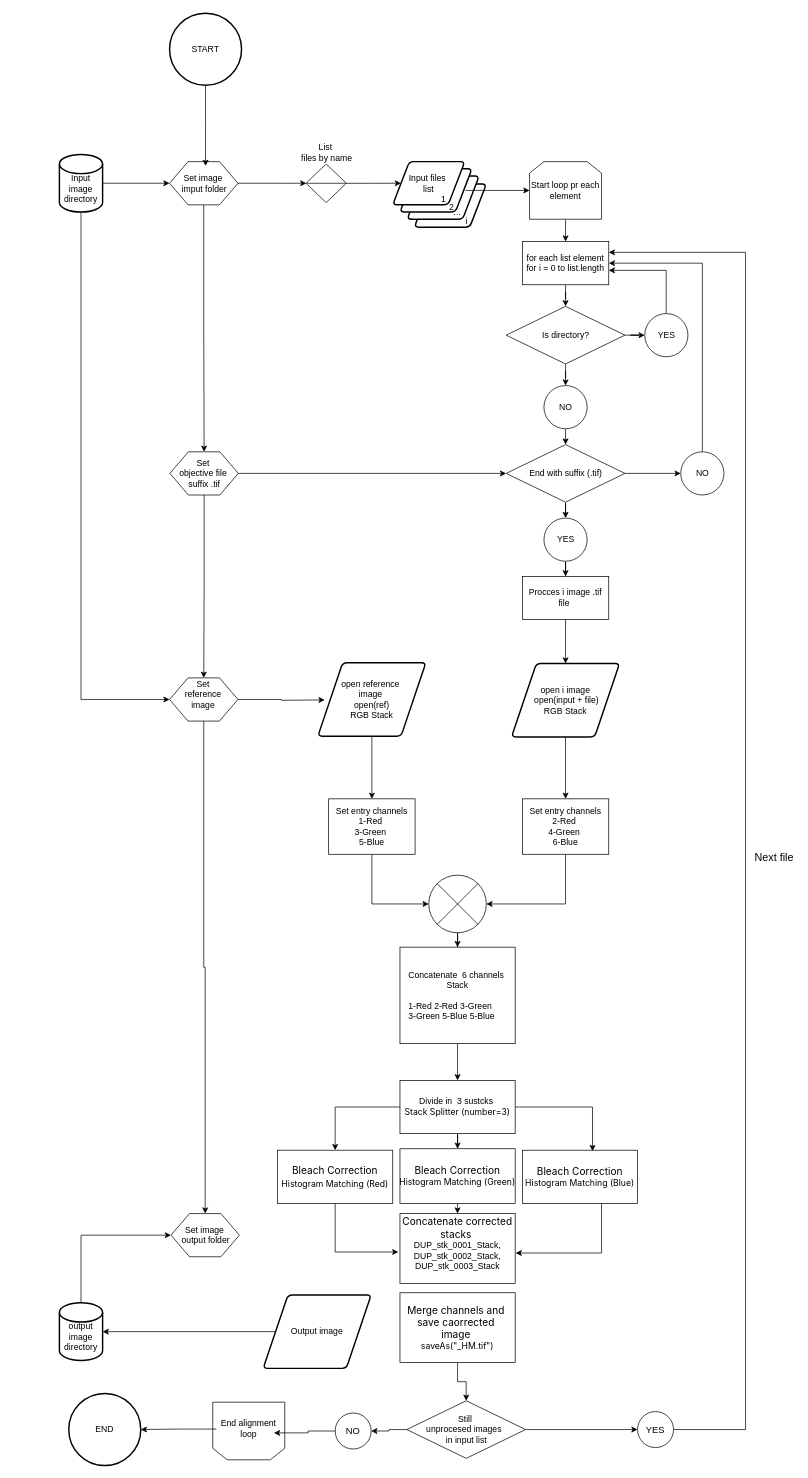
Earlier version of the draw.io diagram vignettes/vignette_ImageJ_preprocessing/Histomatch_Process_Folder_v1_diagram.drawio (MMolBus/PhotomossR). Source tidied: cells renumbered, new cells numbered last; positions are measured from the earlier drawing's top-left corner, leaving out a move shared by most shapes. Both pictures are drawn from the tidied source at 72%, with x=0, y=0 at pixel (59, 13).
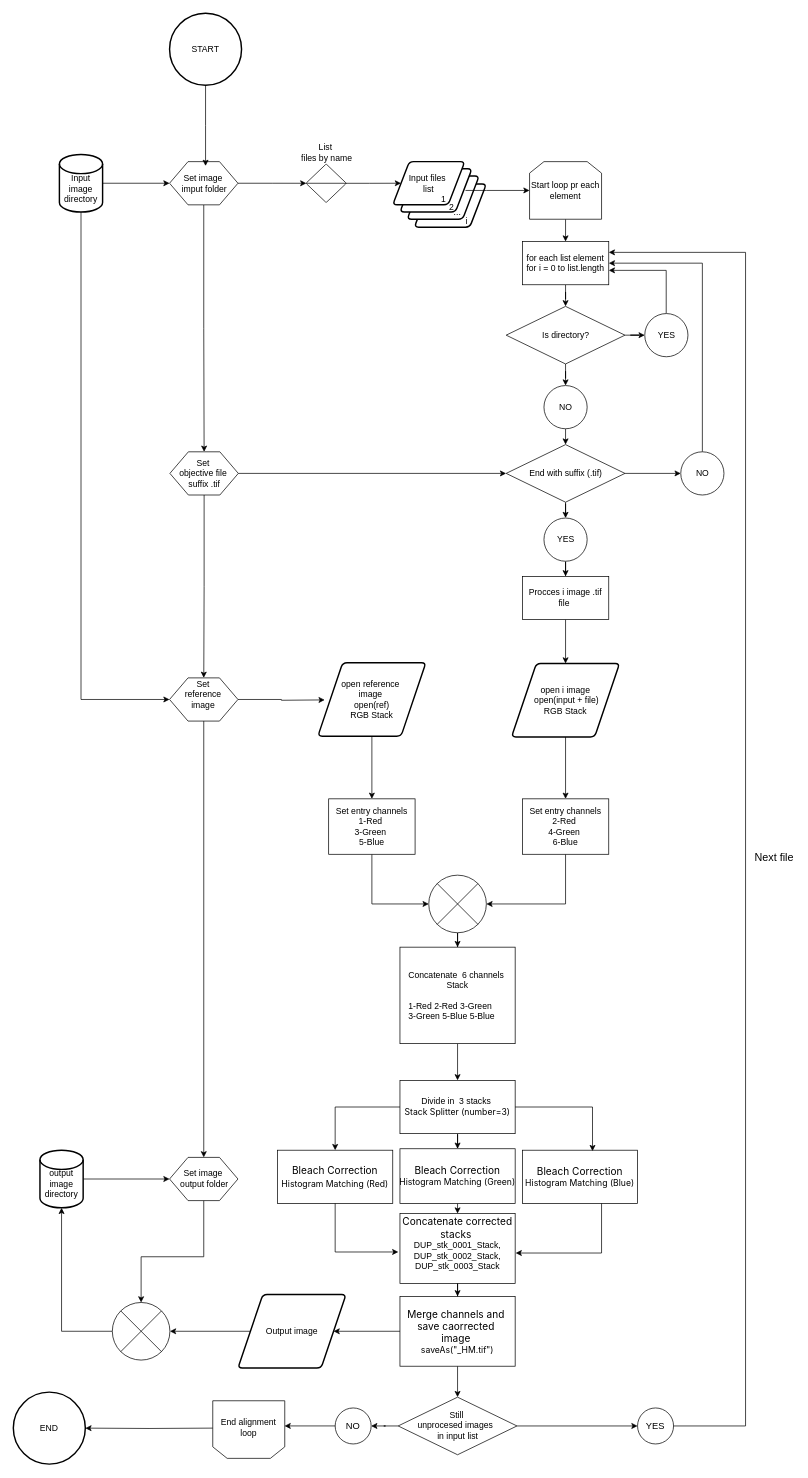
The same page after the edit.

Commit message:
chore: Histomatch_Process_Folder_v1_diagram.drawio typo correction

Unchanged cells that the change refers to:
```xml
<mxCell id="42" value="for each list element&lt;div&gt;for i = 0 to list.length&lt;/div&gt;" style="rounded=0;whiteSpace=wrap;html=1;" parent="1" vertex="1">
  <mxGeometry x="643" y="317" width="120" height="60" as="geometry" />
</mxCell>
<mxCell id="74" value="&lt;div&gt;&lt;span style=&quot;font-family: &amp;quot;Anthropic Sans&amp;quot;, -apple-system, BlinkMacSystemFont, &amp;quot;Segoe UI&amp;quot;, sans-serif; font-size: 14px; text-align: start; white-space: nowrap; background-color: transparent; color: light-dark(rgb(0, 0, 0), rgb(255, 255, 255));&quot;&gt;Concatenate corrected&lt;/span&gt;&lt;/div&gt;&lt;div&gt;&lt;span style=&quot;font-family: &amp;quot;Anthropic Sans&amp;quot;, -apple-system, BlinkMacSystemFont, &amp;quot;Segoe UI&amp;quot;, sans-serif; font-size: 14px; text-align: start; white-space: nowrap; background-color: transparent; color: light-dark(rgb(0, 0, 0), rgb(255, 255, 255));&quot;&gt;stacks&amp;nbsp;&lt;/span&gt;&lt;/div&gt;&lt;div&gt;DUP_stk_0001_Stack, DUP_stk_0002_Stack,&lt;/div&gt;&lt;div&gt;DUP_stk_0003_Stack&lt;/div&gt;&lt;div&gt;&lt;br&gt;&lt;/div&gt;" style="rounded=0;whiteSpace=wrap;html=1;" parent="1" vertex="1">
  <mxGeometry x="473" y="1667" width="160" height="97" as="geometry" />
</mxCell>
<mxCell id="88" style="shape=loopLimit;whiteSpace=wrap;html=1;rotation=-180;" parent="87" vertex="1">
  <mxGeometry width="100" height="80" as="geometry" />
</mxCell>
<mxCell id="89" value="End alignment loop" style="text;html=1;whiteSpace=wrap;strokeColor=none;fillColor=none;align=center;verticalAlign=middle;rounded=0;" parent="87" vertex="1">
  <mxGeometry x="5" y="4" width="90" height="66.5" as="geometry" />
</mxCell>
```

What changed in the source:
```diff
@@
     <mxCell id="9" value="END" style="strokeWidth=2;html=1;shape=mxgraph.flowchart.start_2;whiteSpace=wrap;" parent="1" vertex="1">
-      <mxGeometry x="13" y="1917" width="100" height="100" as="geometry" />
+      <mxGeometry x="-64" y="1915" width="100" height="100" as="geometry" />
     </mxCell>
@@
-    <mxCell id="25" style="edgeStyle=orthogonalEdgeStyle;rounded=0;jettySize=auto;html=1;entryX=0;entryY=0.5;entryDx=0;entryDy=0;" parent="1" edge="1" source="26" target="27">
-      <mxGeometry relative="1" as="geometry">
-        <Array as="points">
-          <mxPoint x="30" y="1697" />
-        </Array>
-      </mxGeometry>
+    <mxCell id="25" style="edgeStyle=orthogonalEdgeStyle;rounded=0;jettySize=auto;html=1;exitX=1;exitY=0.5;exitDx=0;exitDy=0;exitPerimeter=0;entryX=0;entryY=0.5;entryDx=0;entryDy=0;" parent="1" edge="1" source="26" target="27">
+      <mxGeometry relative="1" as="geometry" />
     </mxCell>
     <mxCell id="26" value="&lt;div&gt;&lt;br&gt;&lt;/div&gt;&lt;div&gt;output&lt;/div&gt;&lt;div&gt;image&lt;/div&gt;&lt;div&gt;directory&lt;/div&gt;" style="strokeWidth=2;html=1;shape=mxgraph.flowchart.database;whiteSpace=wrap;" parent="1" vertex="1">
-      <mxGeometry y="1791" width="60" height="80" as="geometry" />
+      <mxGeometry x="-27" y="1579" width="60" height="80" as="geometry" />
     </mxCell>
+    <mxCell id="95" style="edgeStyle=orthogonalEdgeStyle;rounded=0;jettySize=auto;html=1;entryX=0.5;entryY=0;entryDx=0;entryDy=0;" parent="1" edge="1" source="27" target="100">
+      <mxGeometry relative="1" as="geometry">
+        <Array as="points">
+          <mxPoint x="201" y="1727" />
+          <mxPoint x="113" y="1727" />
+        </Array>
+      </mxGeometry>
+    </mxCell>
     <mxCell id="27" value="Set&amp;nbsp;&lt;span style=&quot;background-color: transparent; color: light-dark(rgb(0, 0, 0), rgb(255, 255, 255));&quot;&gt;image&amp;nbsp;&lt;/span&gt;&lt;div&gt;output folder&lt;/div&gt;" style="verticalLabelPosition=middle;verticalAlign=middle;html=1;shape=hexagon;perimeter=hexagonPerimeter2;arcSize=6;size=0.27;labelPosition=center;align=center;" parent="1" vertex="1">
-      <mxGeometry x="155" y="1667" width="95" height="60" as="geometry" />
+      <mxGeometry x="153" y="1589" width="95" height="60" as="geometry" />
     </mxCell>
@@
-    <mxCell id="66" value="Divide in&amp;nbsp; 3 sustcks&amp;nbsp;&lt;div&gt;&lt;span style=&quot;font-family: &amp;quot;Anthropic Sans&amp;quot;, -apple-system, BlinkMacSystemFont, &amp;quot;Segoe UI&amp;quot;, sans-serif; text-align: start; white-space: nowrap; background-color: transparent; color: light-dark(rgb(0, 0, 0), rgb(255, 255, 255));&quot;&gt;Stack Splitter (number=3)&lt;/span&gt;&lt;/div&gt;" style="rounded=0;whiteSpace=wrap;html=1;" parent="1" vertex="1">
+    <mxCell id="66" value="Divide in&amp;nbsp; 3 stacks&amp;nbsp;&lt;div&gt;&lt;span style=&quot;font-family: &amp;quot;Anthropic Sans&amp;quot;, -apple-system, BlinkMacSystemFont, &amp;quot;Segoe UI&amp;quot;, sans-serif; text-align: start; white-space: nowrap; background-color: transparent; color: light-dark(rgb(0, 0, 0), rgb(255, 255, 255));&quot;&gt;Stack Splitter (number=3)&lt;/span&gt;&lt;/div&gt;" style="rounded=0;whiteSpace=wrap;html=1;" parent="1" vertex="1">
       <mxGeometry x="473" y="1482" width="160" height="74" as="geometry" />
     </mxCell>
@@
+    <mxCell id="96" style="edgeStyle=orthogonalEdgeStyle;rounded=0;jettySize=auto;html=1;entryX=0.5;entryY=0;entryDx=0;entryDy=0;" parent="1" edge="1" source="74" target="76">
+      <mxGeometry relative="1" as="geometry" />
+    </mxCell>
@@
+    <mxCell id="97" style="edgeStyle=orthogonalEdgeStyle;rounded=0;jettySize=auto;html=1;" parent="1" edge="1" source="76" target="80">
+      <mxGeometry relative="1" as="geometry" />
+    </mxCell>
     <mxCell id="76" value="&lt;div&gt;&lt;font face=&quot;Anthropic Sans, -apple-system, BlinkMacSystemFont, Segoe UI, sans-serif&quot;&gt;&lt;span style=&quot;font-size: 14px; text-wrap-mode: nowrap;&quot;&gt;Merge channels and&amp;nbsp;&lt;/span&gt;&lt;/font&gt;&lt;/div&gt;&lt;div&gt;&lt;font face=&quot;Anthropic Sans, -apple-system, BlinkMacSystemFont, Segoe UI, sans-serif&quot;&gt;&lt;span style=&quot;font-size: 14px; text-wrap-mode: nowrap;&quot;&gt;save caorrected&amp;nbsp;&lt;/span&gt;&lt;/font&gt;&lt;/div&gt;&lt;div&gt;&lt;font face=&quot;Anthropic Sans, -apple-system, BlinkMacSystemFont, Segoe UI, sans-serif&quot;&gt;&lt;span style=&quot;font-size: 14px; text-wrap-mode: nowrap;&quot;&gt;image&amp;nbsp;&lt;/span&gt;&lt;/font&gt;&lt;/div&gt;&lt;div&gt;&lt;span style=&quot;font-family: &amp;quot;Anthropic Sans&amp;quot;, -apple-system, BlinkMacSystemFont, &amp;quot;Segoe UI&amp;quot;, sans-serif; text-align: start; white-space: nowrap; background-color: transparent; color: light-dark(rgb(0, 0, 0), rgb(255, 255, 255));&quot;&gt;saveAs(&quot;_HM.tif&quot;)&lt;/span&gt;&lt;/div&gt;" style="rounded=0;whiteSpace=wrap;html=1;" parent="1" vertex="1">
-      <mxGeometry x="473" y="1777" width="160" height="97" as="geometry" />
+      <mxGeometry x="473" y="1782" width="160" height="97" as="geometry" />
     </mxCell>
@@
-    <mxCell id="79" style="edgeStyle=orthogonalEdgeStyle;rounded=0;jettySize=auto;html=1;entryX=1;entryY=0.5;entryDx=0;entryDy=0;entryPerimeter=0;" parent="1" edge="1" source="80" target="26">
-      <mxGeometry relative="1" as="geometry" />
-    </mxCell>
+    <mxCell id="98" style="edgeStyle=orthogonalEdgeStyle;rounded=0;jettySize=auto;html=1;entryX=1;entryY=0.5;entryDx=0;entryDy=0;" parent="1" edge="1" source="80" target="100">
+      <mxGeometry relative="1" as="geometry" />
+    </mxCell>
     <mxCell id="80" value="Output image" style="shape=parallelogram;html=1;strokeWidth=2;perimeter=parallelogramPerimeter;whiteSpace=wrap;rounded=1;arcSize=12;size=0.23;" parent="1" vertex="1">
-      <mxGeometry x="283" y="1780" width="150" height="102" as="geometry" />
+      <mxGeometry x="248" y="1779.5" width="150" height="102" as="geometry" />
     </mxCell>
@@
     <mxCell id="83" value="Still&amp;nbsp;&lt;br&gt;&lt;div&gt;&lt;span style=&quot;background-color: transparent; color: light-dark(rgb(0, 0, 0), rgb(255, 255, 255));&quot;&gt;unprocesed&amp;nbsp;&lt;/span&gt;images&amp;nbsp;&amp;nbsp;&lt;div&gt;in input list&lt;/div&gt;&lt;/div&gt;" style="rhombus;whiteSpace=wrap;html=1;" parent="1" vertex="1">
-      <mxGeometry x="482.5" y="1927" width="165" height="80" as="geometry" />
+      <mxGeometry x="470.5" y="1922" width="165" height="80" as="geometry" />
     </mxCell>
     <mxCell id="84" style="edgeStyle=orthogonalEdgeStyle;rounded=0;jettySize=auto;html=1;entryX=1;entryY=0.25;entryDx=0;entryDy=0;exitX=1;exitY=0.5;exitDx=0;exitDy=0;" parent="1" edge="1" source="85" target="42">
       <mxGeometry relative="1" as="geometry">
         <Array as="points">
-          <mxPoint x="953" y="1967" />
+          <mxPoint x="953" y="1962" />
           <mxPoint x="953" y="332" />
         </Array>
       </mxGeometry>
     </mxCell>
     <mxCell id="85" value="&lt;span style=&quot;font-size: 13px; text-wrap-mode: nowrap; background-color: rgb(255, 255, 255);&quot;&gt;YES&lt;/span&gt;" style="ellipse;whiteSpace=wrap;html=1;" parent="1" vertex="1">
-      <mxGeometry x="803" y="1942" width="50" height="50" as="geometry" />
+      <mxGeometry x="803" y="1937" width="50" height="50" as="geometry" />
     </mxCell>
     <mxCell id="86" style="group;" parent="1" vertex="1">
-      <mxGeometry x="213" y="1929" width="100" height="80" as="geometry" />
+      <mxGeometry x="213" y="1927" width="100" height="80" as="geometry" />
     </mxCell>
@@
     <mxCell id="91" style="edgeStyle=orthogonalEdgeStyle;rounded=0;jettySize=auto;html=1;entryX=0.441;entryY=-0.011;entryDx=0;entryDy=0;entryPerimeter=0;" parent="1" edge="1" target="92">
       <mxGeometry relative="1" as="geometry">
-        <mxPoint x="413" y="1971" as="sourcePoint" />
+        <mxPoint x="413" y="1964" as="sourcePoint" />
       </mxGeometry>
     </mxCell>
     <mxCell id="92" value="&lt;span style=&quot;font-size: 13px; text-wrap-mode: nowrap; background-color: rgb(255, 255, 255);&quot;&gt;NO&lt;/span&gt;" style="ellipse;whiteSpace=wrap;html=1;" parent="1" vertex="1">
-      <mxGeometry x="383" y="1944" width="50" height="50" as="geometry" />
+      <mxGeometry x="383" y="1937" width="50" height="50" as="geometry" />
     </mxCell>
-    <mxCell id="93" style="edgeStyle=orthogonalEdgeStyle;rounded=0;jettySize=auto;html=1;" parent="1" edge="1" source="89" target="9">
-      <mxGeometry relative="1" as="geometry" />
+    <mxCell id="93" style="edgeStyle=orthogonalEdgeStyle;rounded=0;jettySize=auto;html=1;" parent="1" edge="1" target="9">
+      <mxGeometry relative="1" as="geometry">
+        <mxPoint x="213" y="1965" as="sourcePoint" />
+      </mxGeometry>
     </mxCell>
-    <mxCell id="94" style="edgeStyle=orthogonalEdgeStyle;rounded=0;jettySize=auto;html=1;entryX=0.889;entryY=0.581;entryDx=0;entryDy=0;entryPerimeter=0;" parent="1" edge="1" source="92" target="89">
+    <mxCell id="94" style="edgeStyle=orthogonalEdgeStyle;rounded=0;jettySize=auto;html=1;entryX=0.003;entryY=0.563;entryDx=0;entryDy=0;entryPerimeter=0;" parent="1" edge="1" source="92" target="88">
       <mxGeometry relative="1" as="geometry" />
     </mxCell>
+    <mxCell id="99" style="edgeStyle=orthogonalEdgeStyle;rounded=0;jettySize=auto;html=1;entryX=0.5;entryY=1;entryDx=0;entryDy=0;entryPerimeter=0;" parent="1" edge="1" source="100" target="26">
+      <mxGeometry relative="1" as="geometry" />
+    </mxCell>
+    <mxCell id="100" style="shape=sumEllipse;perimeter=ellipsePerimeter;whiteSpace=wrap;html=1;backgroundOutline=1;" parent="1" vertex="1">
+      <mxGeometry x="73.5" y="1790.5" width="80" height="80" as="geometry" />
+    </mxCell>
```
